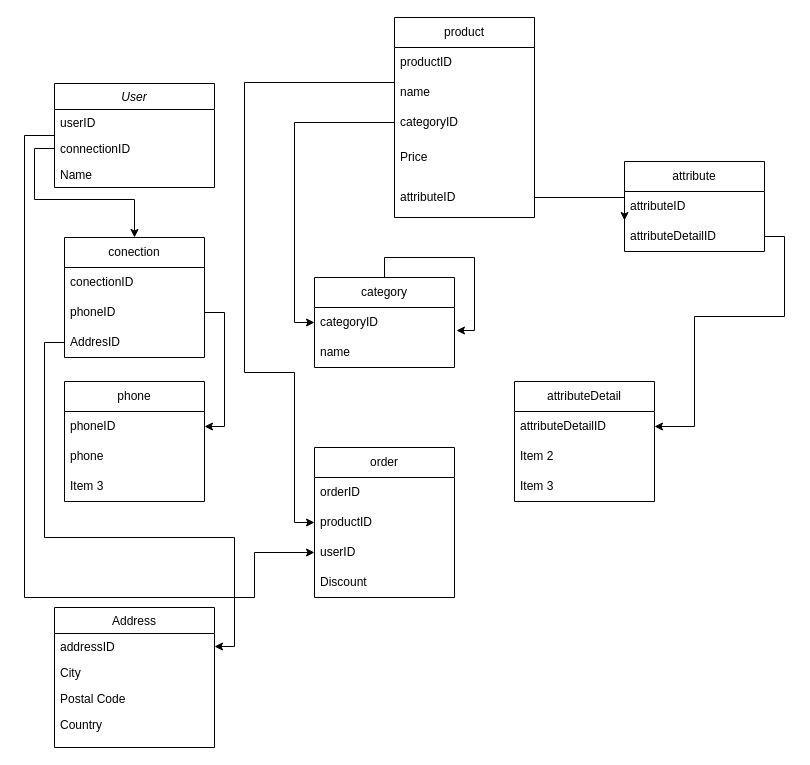
Above: Untitled Diagram.drawio in alirezamhi/ER-diagram (draw.io), before the change. Source tidied: cells renumbered, new cells numbered last; positions are measured from the earlier drawing's top-left corner, leaving out a move shared by most shapes. Both pictures are drawn from the tidied source at 100%, with x=0, y=0 at pixel (24, 17).
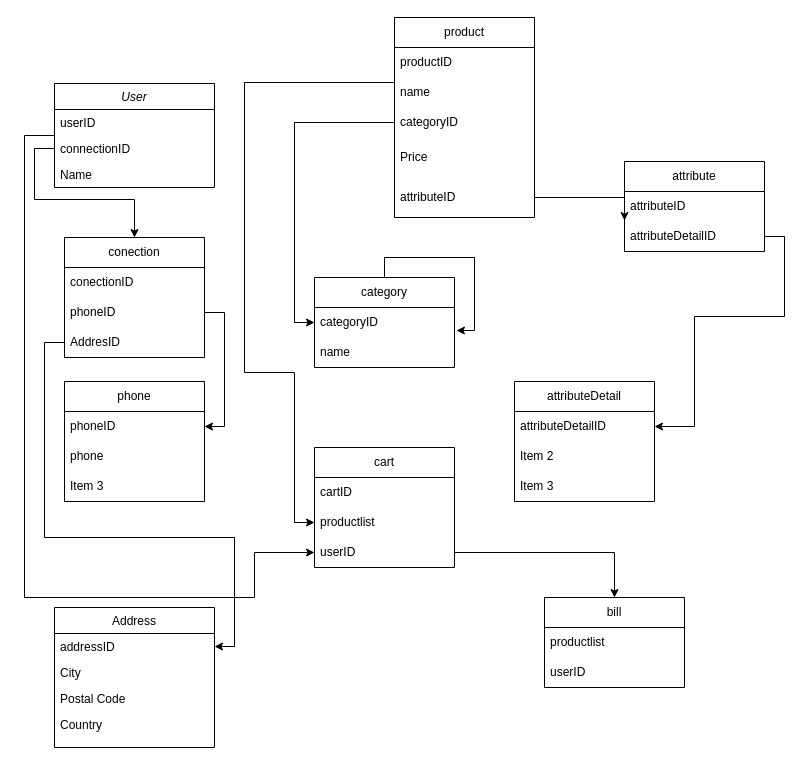
Above is the later version.

Unchanged cells that the change refers to:
```xml
<mxCell id="27" value="userID" style="text;strokeColor=none;fillColor=none;align=left;verticalAlign=middle;spacingLeft=4;spacingRight=4;overflow=hidden;points=[[0,0.5],[1,0.5]];portConstraint=eastwest;whiteSpace=wrap;html=1;" parent="24" vertex="1">
  <mxGeometry y="90" width="140" height="30" as="geometry" />
</mxCell>
```

The edit, as a diff of the source:
```diff
@@
-    <mxCell id="24" value="order" style="swimlane;fontStyle=0;horizontal=1;startSize=30;whiteSpace=wrap;html=1;" parent="1" vertex="1">
-      <mxGeometry x="290" y="430" width="140" height="150" as="geometry" />
+    <mxCell id="24" value="cart" style="swimlane;fontStyle=0;horizontal=1;startSize=30;whiteSpace=wrap;html=1;" parent="1" vertex="1">
+      <mxGeometry x="290" y="430" width="140" height="120" as="geometry" />
     </mxCell>
-    <mxCell id="25" value="orderID" style="text;strokeColor=none;fillColor=none;align=left;verticalAlign=middle;spacingLeft=4;spacingRight=4;overflow=hidden;whiteSpace=wrap;html=1;" parent="24" vertex="1">
+    <mxCell id="25" value="cartID" style="text;strokeColor=none;fillColor=none;align=left;verticalAlign=middle;spacingLeft=4;spacingRight=4;overflow=hidden;whiteSpace=wrap;html=1;" parent="24" vertex="1">
       <mxGeometry y="30" width="140" height="30" as="geometry" />
     </mxCell>
-    <mxCell id="26" value="productID" style="text;strokeColor=none;fillColor=none;align=left;verticalAlign=middle;spacingLeft=4;spacingRight=4;overflow=hidden;points=[[0,0.5],[1,0.5]];portConstraint=eastwest;whiteSpace=wrap;html=1;" parent="24" vertex="1">
+    <mxCell id="26" value="productlist" style="text;strokeColor=none;fillColor=none;align=left;verticalAlign=middle;spacingLeft=4;spacingRight=4;overflow=hidden;points=[[0,0.5],[1,0.5]];portConstraint=eastwest;whiteSpace=wrap;html=1;" parent="24" vertex="1">
       <mxGeometry y="60" width="140" height="30" as="geometry" />
     </mxCell>
@@
-    <mxCell id="28" value="Discount" style="text;strokeColor=none;fillColor=none;align=left;verticalAlign=middle;spacingLeft=4;spacingRight=4;overflow=hidden;whiteSpace=wrap;html=1;" parent="24" vertex="1">
-      <mxGeometry y="120" width="140" height="30" as="geometry" />
-    </mxCell>
@@
+    <mxCell id="49" value="bill" style="swimlane;fontStyle=0;horizontal=1;startSize=30;whiteSpace=wrap;html=1;" parent="1" vertex="1">
+      <mxGeometry x="520" y="580" width="140" height="90" as="geometry" />
+    </mxCell>
+    <mxCell id="50" value="productlist" style="text;strokeColor=none;fillColor=none;align=left;verticalAlign=middle;spacingLeft=4;spacingRight=4;overflow=hidden;whiteSpace=wrap;html=1;" parent="49" vertex="1">
+      <mxGeometry y="30" width="140" height="30" as="geometry" />
+    </mxCell>
+    <mxCell id="51" value="userID" style="text;strokeColor=none;fillColor=none;align=left;verticalAlign=middle;spacingLeft=4;spacingRight=4;overflow=hidden;whiteSpace=wrap;html=1;" parent="49" vertex="1">
+      <mxGeometry y="60" width="140" height="30" as="geometry" />
+    </mxCell>
+    <mxCell id="52" style="edgeStyle=orthogonalEdgeStyle;rounded=0;jettySize=auto;html=1;" parent="1" edge="1" source="27" target="49">
+      <mxGeometry relative="1" as="geometry" />
+    </mxCell>
```
